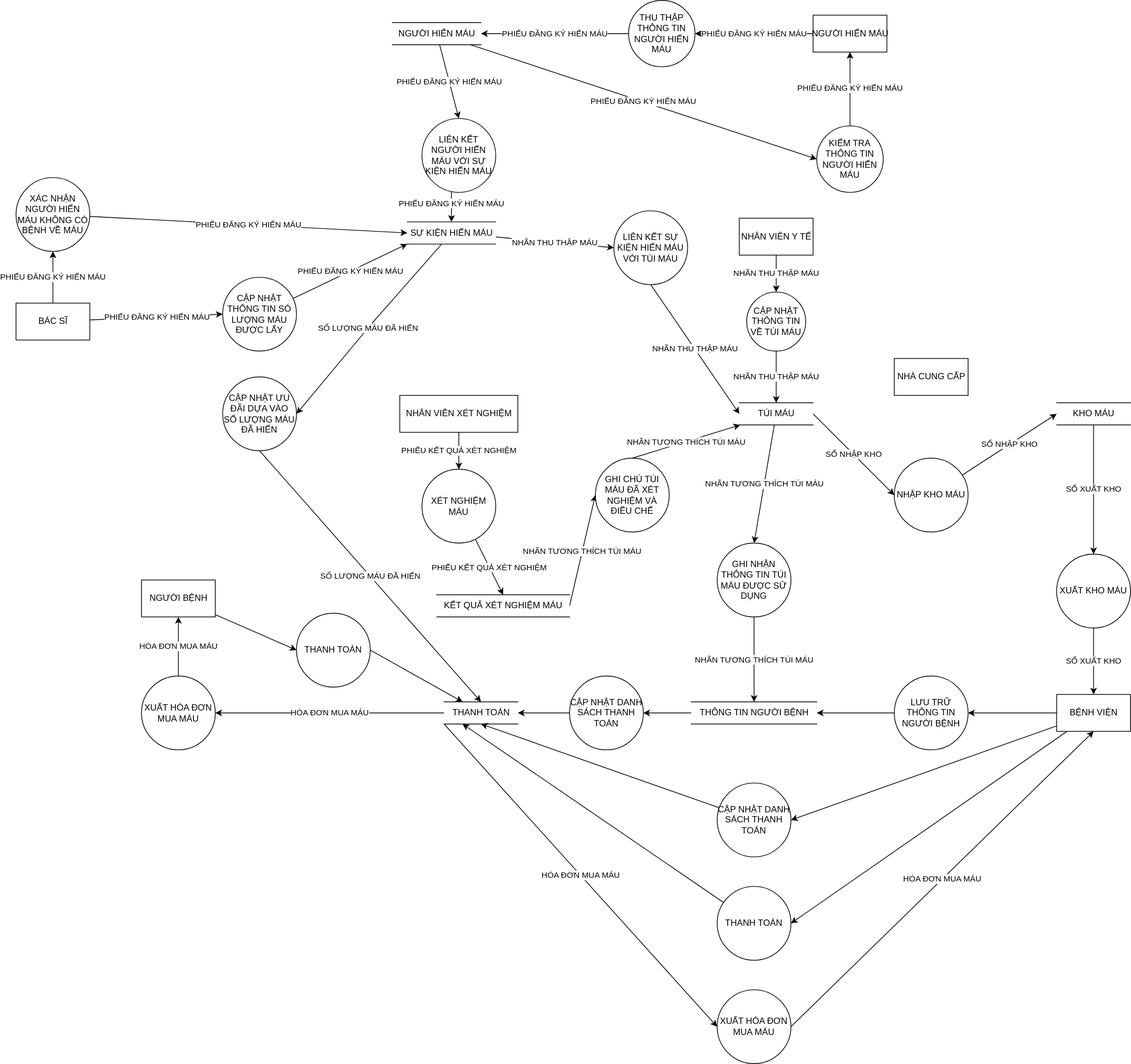
The draw.io diagram BLD.drawio.svg in MartinoPhoenixVox/BloodBankManagementSystem, before a commit. Source tidied: cells renumbered, new cells last; positions are measured from the earlier drawing's top-left corner, leaving out a move shared by most shapes.
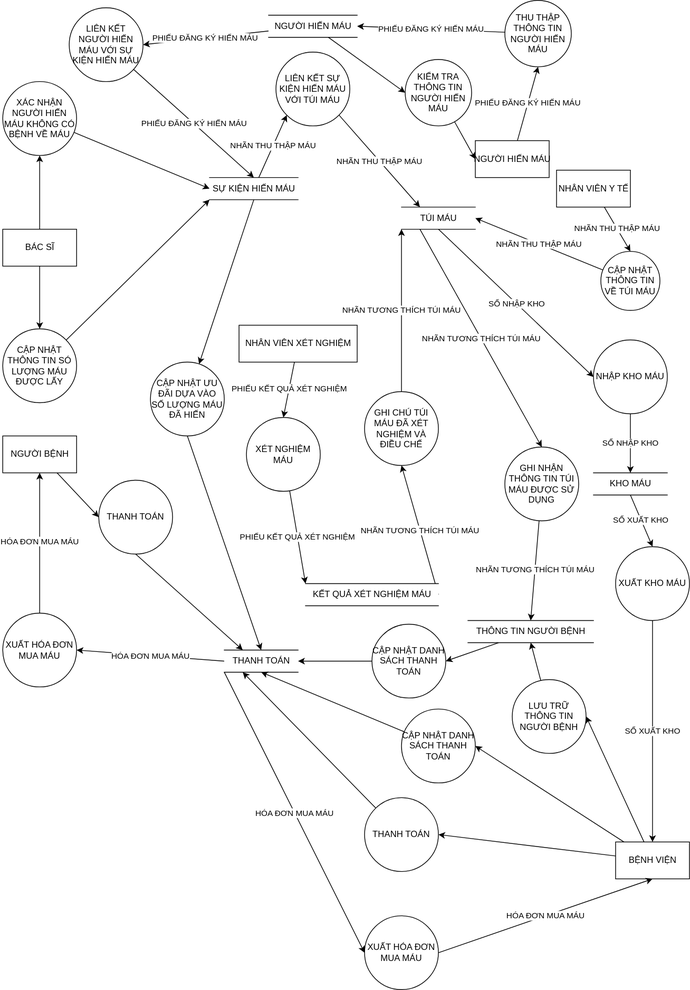
After the change.

Change to the diagram source:
```diff
@@ -8,5 +8,5 @@
     <mxCell id="3" value="NHÂN VIÊN Y TẾ&lt;br&gt;" style="html=1;dashed=0;whitespace=wrap;" parent="1" vertex="1">
-      <mxGeometry x="980" y="295" width="100" height="50" as="geometry" />
+      <mxGeometry x="340" y="180" width="100" height="50" as="geometry" />
     </mxCell>
-    <mxCell id="4" value="PHIẾU ĐĂNG KÝ HIẾN MÁU" style="edgeStyle=none;html=1;entryX=1;entryY=0.5;entryDx=0;entryDy=0;" parent="1" edge="1" source="5" target="17">
+    <mxCell id="4" value="PHIẾU ĐĂNG KÝ HIẾN MÁU" style="edgeStyle=none;html=1;entryX=0.5;entryY=1;entryDx=0;entryDy=0;" parent="1" edge="1" source="5" target="17">
       <mxGeometry relative="1" as="geometry" />
@@ -14,3 +14,3 @@
     <mxCell id="5" value="NGƯỜI HIẾN MÁU" style="html=1;dashed=0;whitespace=wrap;" parent="1" vertex="1">
-      <mxGeometry x="1080" y="20" width="100" height="50" as="geometry" />
+      <mxGeometry x="230" y="140" width="100" height="50" as="geometry" />
     </mxCell>
@@ -26,3 +26,3 @@
     <mxCell id="9" value="BỆNH VIỆN" style="html=1;dashed=0;whitespace=wrap;" parent="1" vertex="1">
-      <mxGeometry x="1410" y="940" width="100" height="50" as="geometry" />
+      <mxGeometry x="420" y="1090" width="100" height="50" as="geometry" />
     </mxCell>
@@ -32,11 +32,8 @@
     <mxCell id="11" value="NGƯỜI BỆNH" style="html=1;dashed=0;whitespace=wrap;" parent="1" vertex="1">
-      <mxGeometry x="170" y="785" width="100" height="50" as="geometry" />
+      <mxGeometry x="-410" y="540" width="100" height="50" as="geometry" />
     </mxCell>
-    <mxCell id="12" value="NHÀ CUNG CẤP" style="html=1;dashed=0;whitespace=wrap;" parent="1" vertex="1">
-      <mxGeometry x="1190" y="485" width="100" height="50" as="geometry" />
-    </mxCell>
-    <mxCell id="13" value="PHIẾU ĐĂNG KÝ HIẾN MÁU" style="edgeStyle=none;html=1;entryX=0;entryY=0.5;entryDx=0;entryDy=0;" parent="1" edge="1" source="15" target="24">
+    <mxCell id="13" style="edgeStyle=none;html=1;entryX=0.5;entryY=0;entryDx=0;entryDy=0;" parent="1" edge="1" source="15" target="24">
       <mxGeometry relative="1" as="geometry" />
     </mxCell>
-    <mxCell id="14" value="PHIẾU ĐĂNG KÝ HIẾN MÁU" style="edgeStyle=none;html=1;entryX=0.5;entryY=1;entryDx=0;entryDy=0;" parent="1" edge="1" source="15" target="26">
+    <mxCell id="14" style="edgeStyle=none;html=1;entryX=0.5;entryY=1;entryDx=0;entryDy=0;" parent="1" edge="1" source="15" target="26">
       <mxGeometry relative="1" as="geometry" />
@@ -44,3 +41,3 @@
     <mxCell id="15" value="BÁC SĨ" style="html=1;dashed=0;whitespace=wrap;" parent="1" vertex="1">
-      <mxGeometry y="410" width="100" height="50" as="geometry" />
+      <mxGeometry x="-410" y="260" width="100" height="50" as="geometry" />
     </mxCell>
@@ -50,8 +47,8 @@
     <mxCell id="17" value="THU THẬP THÔNG TIN NGƯỜI HIẾN MÁU" style="ellipse;whiteSpace=wrap;html=1;" parent="1" vertex="1">
-      <mxGeometry x="830" width="90" height="90" as="geometry" />
+      <mxGeometry x="270" y="-50" width="90" height="90" as="geometry" />
     </mxCell>
-    <mxCell id="18" value="PHIẾU ĐĂNG KÝ HIẾN MÁU" style="edgeStyle=none;html=1;entryX=0;entryY=0.5;entryDx=0;entryDy=0;" parent="1" edge="1" source="20" target="22">
+    <mxCell id="18" style="edgeStyle=none;html=1;entryX=0;entryY=0.5;entryDx=0;entryDy=0;" parent="1" edge="1" source="20" target="22">
       <mxGeometry relative="1" as="geometry" />
     </mxCell>
-    <mxCell id="19" value="PHIẾU ĐĂNG KÝ HIẾN MÁU" style="edgeStyle=none;html=1;entryX=0.5;entryY=0;entryDx=0;entryDy=0;" parent="1" edge="1" source="20" target="37">
+    <mxCell id="19" value="PHIẾU ĐĂNG KÝ HIẾN MÁU" style="edgeStyle=none;html=1;entryX=1;entryY=0.5;entryDx=0;entryDy=0;" parent="1" edge="1" source="20" target="37">
       <mxGeometry relative="1" as="geometry" />
@@ -59,5 +56,5 @@
     <mxCell id="20" value="NGƯỜI HIẾN MÁU" style="html=1;dashed=0;whitespace=wrap;shape=partialRectangle;right=0;left=0;" parent="1" vertex="1">
-      <mxGeometry x="510" y="30" width="120" height="30" as="geometry" />
+      <mxGeometry x="-50" y="-30" width="120" height="30" as="geometry" />
     </mxCell>
-    <mxCell id="21" value="PHIẾU ĐĂNG KÝ HIẾN MÁU" style="edgeStyle=none;html=1;entryX=0.5;entryY=1;entryDx=0;entryDy=0;" parent="1" edge="1" source="22" target="5">
+    <mxCell id="21" style="edgeStyle=none;html=1;entryX=0;entryY=0.5;entryDx=0;entryDy=0;" parent="1" edge="1" source="22" target="5">
       <mxGeometry relative="1" as="geometry" />
@@ -65,5 +62,5 @@
     <mxCell id="22" value="KIỂM TRA THÔNG TIN NGƯỜI HIẾN MÁU" style="ellipse;whiteSpace=wrap;html=1;" parent="1" vertex="1">
-      <mxGeometry x="1085" y="170" width="90" height="90" as="geometry" />
+      <mxGeometry x="135" y="30" width="90" height="90" as="geometry" />
     </mxCell>
-    <mxCell id="23" value="PHIẾU ĐĂNG KÝ HIẾN MÁU" style="edgeStyle=none;html=1;entryX=0;entryY=1;entryDx=0;entryDy=0;" parent="1" edge="1" source="24" target="35">
+    <mxCell id="23" style="edgeStyle=none;html=1;entryX=0;entryY=1;entryDx=0;entryDy=0;" parent="1" edge="1" source="24" target="35">
       <mxGeometry relative="1" as="geometry" />
@@ -71,5 +68,5 @@
     <mxCell id="24" value="CẬP NHẬT THÔNG TIN SÓ LƯỢNG MÁU ĐƯỢC LẤY" style="ellipse;whiteSpace=wrap;html=1;" parent="1" vertex="1">
-      <mxGeometry x="280" y="375" width="100" height="100" as="geometry" />
+      <mxGeometry x="-410" y="395" width="100" height="100" as="geometry" />
     </mxCell>
-    <mxCell id="25" value="PHIẾU ĐĂNG KÝ HIẾN MÁU" style="edgeStyle=none;html=1;entryX=0;entryY=0.5;entryDx=0;entryDy=0;" parent="1" edge="1" source="26" target="35">
+    <mxCell id="25" style="edgeStyle=none;html=1;entryX=0;entryY=0.5;entryDx=0;entryDy=0;" parent="1" edge="1" source="26" target="35">
       <mxGeometry relative="1" as="geometry" />
@@ -77,11 +74,11 @@
     <mxCell id="26" value="XÁC NHẬN NGƯỜI HIẾN MÁU KHÔNG CÓ BỆNH VỀ MÁU" style="ellipse;whiteSpace=wrap;html=1;" parent="1" vertex="1">
-      <mxGeometry y="240" width="100" height="100" as="geometry" />
+      <mxGeometry x="-410" y="60" width="100" height="100" as="geometry" />
     </mxCell>
-    <mxCell id="27" value="NHÃN TƯƠNG THÍCH TÚI MÁU" style="edgeStyle=none;html=1;exitX=0.5;exitY=0;exitDx=0;exitDy=0;" parent="1" edge="1" source="46" target="30">
+    <mxCell id="27" value="NHÃN TƯƠNG THÍCH TÚI MÁU" style="edgeStyle=none;html=1;exitX=0.5;exitY=0;exitDx=0;exitDy=0;entryX=0;entryY=1;entryDx=0;entryDy=0;" parent="1" edge="1" source="46" target="30">
       <mxGeometry relative="1" as="geometry" />
     </mxCell>
-    <mxCell id="28" value="SỔ NHẬP KHO" style="edgeStyle=none;html=1;entryX=0;entryY=0.5;entryDx=0;entryDy=0;exitX=1;exitY=0.5;exitDx=0;exitDy=0;" parent="1" edge="1" source="30" target="50">
+    <mxCell id="28" value="SỔ NHẬP KHO" style="edgeStyle=none;html=1;entryX=0;entryY=0.5;entryDx=0;entryDy=0;exitX=0.5;exitY=1;exitDx=0;exitDy=0;" parent="1" edge="1" source="30" target="50">
       <mxGeometry relative="1" as="geometry" />
     </mxCell>
-    <mxCell id="29" value="NHÃN TƯƠNG THÍCH TÚI MÁU" style="edgeStyle=none;html=1;entryX=0.5;entryY=0;entryDx=0;entryDy=0;" parent="1" edge="1" source="30" target="58">
+    <mxCell id="29" value="NHÃN TƯƠNG THÍCH TÚI MÁU" style="edgeStyle=none;html=1;entryX=0.5;entryY=0;entryDx=0;entryDy=0;exitX=0.25;exitY=1;exitDx=0;exitDy=0;" parent="1" edge="1" source="30" target="58">
       <mxGeometry relative="1" as="geometry" />
@@ -89,5 +86,5 @@
     <mxCell id="30" value="TÚI MÁU" style="html=1;dashed=0;whitespace=wrap;shape=partialRectangle;right=0;left=0;" parent="1" vertex="1">
-      <mxGeometry x="980" y="545" width="100" height="30" as="geometry" />
+      <mxGeometry x="130" y="230" width="100" height="30" as="geometry" />
     </mxCell>
-    <mxCell id="31" value="NHÃN THU THẬP MÁU" style="edgeStyle=none;html=1;entryX=0.5;entryY=0;entryDx=0;entryDy=0;" parent="1" edge="1" source="32" target="30">
+    <mxCell id="31" value="NHÃN THU THẬP MÁU" style="edgeStyle=none;html=1;entryX=1;entryY=0.5;entryDx=0;entryDy=0;" parent="1" edge="1" source="32" target="30">
       <mxGeometry relative="1" as="geometry" />
@@ -95,26 +92,17 @@
     <mxCell id="32" value="CẬP NHẬT THÔNG TIN VỀ TÚI MÁU" style="ellipse;whiteSpace=wrap;html=1;" parent="1" vertex="1">
-      <mxGeometry x="990" y="395" width="80" height="80" as="geometry" />
+      <mxGeometry x="400" y="290" width="80" height="80" as="geometry" />
     </mxCell>
-    <mxCell id="33" value="NHÃN THU THẬP MÁU" style="edgeStyle=none;html=1;entryX=0;entryY=0.5;entryDx=0;entryDy=0;" parent="1" edge="1" source="35" target="39">
+    <mxCell id="33" value="NHÃN THU THẬP MÁU" style="edgeStyle=none;html=1;entryX=0;entryY=1;entryDx=0;entryDy=0;" parent="1" edge="1" source="35" target="39">
       <mxGeometry relative="1" as="geometry" />
     </mxCell>
-    <mxCell id="34" value="SỐ LƯỢNG MÁU ĐÃ HIẾN" style="edgeStyle=none;html=1;entryX=1;entryY=0.5;entryDx=0;entryDy=0;" parent="1" edge="1" source="35" target="69">
-      <mxGeometry relative="1" as="geometry">
-        <Array as="points">
-          <mxPoint x="480" y="440" />
-        </Array>
-      </mxGeometry>
-    </mxCell>
     <mxCell id="35" value="SỰ KIỆN HIẾN MÁU" style="html=1;dashed=0;whitespace=wrap;shape=partialRectangle;right=0;left=0;" parent="1" vertex="1">
-      <mxGeometry x="530" y="300" width="120" height="30" as="geometry" />
+      <mxGeometry x="-130" y="190" width="120" height="30" as="geometry" />
     </mxCell>
-    <mxCell id="36" value="PHIẾU ĐĂNG KÝ HIẾN MÁU" style="edgeStyle=none;html=1;entryX=0.5;entryY=0;entryDx=0;entryDy=0;" parent="1" edge="1" target="35">
-      <mxGeometry relative="1" as="geometry">
-        <mxPoint x="590" y="250" as="sourcePoint" />
-      </mxGeometry>
+    <mxCell id="36" value="PHIẾU ĐĂNG KÝ HIẾN MÁU" style="edgeStyle=none;html=1;entryX=0.5;entryY=0;entryDx=0;entryDy=0;" parent="1" edge="1" source="37" target="35">
+      <mxGeometry relative="1" as="geometry" />
     </mxCell>
     <mxCell id="37" value="LIÊN KẾT NGƯỜI HIẾN MÁU VỚI SỰ KIỆN HIẾN MÁU" style="ellipse;whiteSpace=wrap;html=1;" parent="1" vertex="1">
-      <mxGeometry x="550" y="160" width="100" height="100" as="geometry" />
+      <mxGeometry x="-320" y="-40" width="100" height="100" as="geometry" />
     </mxCell>
-    <mxCell id="38" value="NHÃN THU THẬP MÁU" style="edgeStyle=none;html=1;entryX=0;entryY=0.5;entryDx=0;entryDy=0;exitX=0.5;exitY=1;exitDx=0;exitDy=0;" parent="1" edge="1" source="39" target="30">
+    <mxCell id="38" value="NHÃN THU THẬP MÁU" style="edgeStyle=none;html=1;entryX=0.25;entryY=0;entryDx=0;entryDy=0;exitX=1;exitY=1;exitDx=0;exitDy=0;" parent="1" edge="1" source="39" target="30">
       <mxGeometry relative="1" as="geometry" />
@@ -122,5 +110,5 @@
     <mxCell id="39" value="LIÊN KẾT SỰ KIỆN HIẾN MÁU VỚI TÚI MÁU" style="ellipse;whiteSpace=wrap;html=1;" parent="1" vertex="1">
-      <mxGeometry x="810" y="285" width="100" height="100" as="geometry" />
+      <mxGeometry x="-40" y="20" width="100" height="100" as="geometry" />
     </mxCell>
-    <mxCell id="40" value="NHÃN TƯƠNG THÍCH TÚI MÁU" style="edgeStyle=none;html=1;entryX=0;entryY=0.5;entryDx=0;entryDy=0;exitX=1;exitY=0.5;exitDx=0;exitDy=0;" parent="1" edge="1" source="41" target="46">
+    <mxCell id="40" value="NHÃN TƯƠNG THÍCH TÚI MÁU" style="edgeStyle=none;html=1;entryX=0.5;entryY=1;entryDx=0;entryDy=0;exitX=1;exitY=0.5;exitDx=0;exitDy=0;" parent="1" edge="1" source="41" target="46">
       <mxGeometry relative="1" as="geometry" />
@@ -128,3 +116,3 @@
     <mxCell id="41" value="KẾT QUẢ XÉT NGHIỆM MÁU" style="html=1;dashed=0;whitespace=wrap;shape=partialRectangle;right=0;left=0;" parent="1" vertex="1">
-      <mxGeometry x="570" y="805" width="180" height="30" as="geometry" />
+      <mxGeometry y="740" width="180" height="30" as="geometry" />
     </mxCell>
@@ -134,5 +122,5 @@
     <mxCell id="43" value="NHÂN VIÊN XÉT NGHIỆM" style="html=1;dashed=0;whitespace=wrap;" parent="1" vertex="1">
-      <mxGeometry x="520" y="535" width="160" height="50" as="geometry" />
+      <mxGeometry x="-90" y="390" width="160" height="50" as="geometry" />
     </mxCell>
-    <mxCell id="44" value="PHIẾU KẾT QUẢ XÉT NGHIỆM" style="edgeStyle=none;html=1;entryX=0.5;entryY=0;entryDx=0;entryDy=0;" parent="1" edge="1" source="45" target="41">
+    <mxCell id="44" value="PHIẾU KẾT QUẢ XÉT NGHIỆM" style="edgeStyle=none;html=1;entryX=0;entryY=0;entryDx=0;entryDy=0;" parent="1" edge="1" source="45" target="41">
       <mxGeometry relative="1" as="geometry" />
@@ -140,6 +128,6 @@
     <mxCell id="45" value="XÉT NGHIỆM MÁU" style="ellipse;whiteSpace=wrap;html=1;" parent="1" vertex="1">
-      <mxGeometry x="550" y="635" width="100" height="100" as="geometry" />
+      <mxGeometry x="-80" y="515" width="100" height="100" as="geometry" />
     </mxCell>
     <mxCell id="46" value="GHI CHÚ TÚI MÁU ĐÃ XÉT NGHIỆM VÀ ĐIỀU CHẾ" style="ellipse;whiteSpace=wrap;html=1;" parent="1" vertex="1">
-      <mxGeometry x="785" y="620" width="100" height="100" as="geometry" />
+      <mxGeometry x="80" y="480" width="100" height="100" as="geometry" />
     </mxCell>
@@ -149,5 +137,5 @@
     <mxCell id="48" value="KHO MÁU" style="html=1;dashed=0;whitespace=wrap;shape=partialRectangle;right=0;left=0;" parent="1" vertex="1">
-      <mxGeometry x="1410" y="545" width="100" height="30" as="geometry" />
+      <mxGeometry x="390" y="590" width="100" height="30" as="geometry" />
     </mxCell>
-    <mxCell id="49" value="SỔ NHẬP KHO" style="edgeStyle=none;html=1;entryX=0;entryY=0.5;entryDx=0;entryDy=0;" parent="1" edge="1" source="50" target="48">
+    <mxCell id="49" value="SỔ NHẬP KHO" style="edgeStyle=none;html=1;entryX=0.5;entryY=0;entryDx=0;entryDy=0;" parent="1" edge="1" source="50" target="48">
       <mxGeometry relative="1" as="geometry" />
@@ -155,3 +143,3 @@
     <mxCell id="50" value="NHẬP KHO MÁU" style="ellipse;whiteSpace=wrap;html=1;" parent="1" vertex="1">
-      <mxGeometry x="1190" y="620" width="100" height="100" as="geometry" />
+      <mxGeometry x="390" y="410" width="100" height="100" as="geometry" />
     </mxCell>
@@ -161,3 +149,3 @@
     <mxCell id="52" value="XUẤT KHO MÁU" style="ellipse;whiteSpace=wrap;html=1;" parent="1" vertex="1">
-      <mxGeometry x="1410" y="750" width="100" height="100" as="geometry" />
+      <mxGeometry x="420" y="690" width="100" height="100" as="geometry" />
     </mxCell>
@@ -167,5 +155,5 @@
     <mxCell id="54" value="THÔNG TIN NGƯỜI BỆNH" style="html=1;dashed=0;whitespace=wrap;shape=partialRectangle;right=0;left=0;" parent="1" vertex="1">
-      <mxGeometry x="915" y="950" width="170" height="30" as="geometry" />
+      <mxGeometry x="220" y="790" width="170" height="30" as="geometry" />
     </mxCell>
-    <mxCell id="55" style="edgeStyle=none;html=1;entryX=1;entryY=0.5;entryDx=0;entryDy=0;" parent="1" edge="1" source="56" target="54">
+    <mxCell id="55" style="edgeStyle=none;html=1;entryX=0.5;entryY=1;entryDx=0;entryDy=0;" parent="1" edge="1" source="56" target="54">
       <mxGeometry relative="1" as="geometry" />
@@ -173,3 +161,3 @@
     <mxCell id="56" value="LƯU TRỮ THÔNG TIN NGƯỜI BỆNH" style="ellipse;whiteSpace=wrap;html=1;" parent="1" vertex="1">
-      <mxGeometry x="1190" y="915" width="100" height="100" as="geometry" />
+      <mxGeometry x="280" y="870" width="100" height="100" as="geometry" />
     </mxCell>
@@ -179,5 +167,5 @@
     <mxCell id="58" value="GHI NHẬN THÔNG TIN TÚI MÁU ĐƯỢC SỬ DỤNG" style="ellipse;whiteSpace=wrap;html=1;" parent="1" vertex="1">
-      <mxGeometry x="950" y="735" width="100" height="100" as="geometry" />
+      <mxGeometry x="270" y="555" width="100" height="100" as="geometry" />
     </mxCell>
-    <mxCell id="59" style="edgeStyle=none;html=1;entryX=0.25;entryY=0;entryDx=0;entryDy=0;exitX=1;exitY=0.5;exitDx=0;exitDy=0;" parent="1" edge="1" source="60" target="63">
+    <mxCell id="59" style="edgeStyle=none;html=1;entryX=0.25;entryY=0;entryDx=0;entryDy=0;exitX=0.5;exitY=1;exitDx=0;exitDy=0;" parent="1" edge="1" source="60" target="63">
       <mxGeometry relative="1" as="geometry" />
@@ -185,5 +173,5 @@
     <mxCell id="60" value="THANH TOÁN" style="ellipse;whiteSpace=wrap;html=1;" parent="1" vertex="1">
-      <mxGeometry x="380" y="830" width="100" height="100" as="geometry" />
+      <mxGeometry x="-280" y="600" width="100" height="100" as="geometry" />
     </mxCell>
-    <mxCell id="61" value="HÓA ĐƠN MUA MÁU" style="edgeStyle=none;html=1;entryX=1;entryY=0.5;entryDx=0;entryDy=0;" parent="1" edge="1" source="63" target="67">
+    <mxCell id="61" value="HÓA ĐƠN MUA MÁU" style="edgeStyle=none;html=1;entryX=1;entryY=0.5;entryDx=0;entryDy=0;exitX=0;exitY=0.5;exitDx=0;exitDy=0;" parent="1" edge="1" source="63" target="67">
       <mxGeometry relative="1" as="geometry" />
@@ -194,3 +182,3 @@
     <mxCell id="63" value="THANH TOÁN" style="html=1;dashed=0;whitespace=wrap;shape=partialRectangle;right=0;left=0;" parent="1" vertex="1">
-      <mxGeometry x="580" y="950" width="100" height="30" as="geometry" />
+      <mxGeometry x="-110" y="830" width="100" height="30" as="geometry" />
     </mxCell>
@@ -200,3 +188,3 @@
     <mxCell id="65" value="CẬP NHẬT DANH SÁCH THANH TOÁN" style="ellipse;whiteSpace=wrap;html=1;" parent="1" vertex="1">
-      <mxGeometry x="750" y="915" width="100" height="100" as="geometry" />
+      <mxGeometry x="90" y="795" width="100" height="100" as="geometry" />
     </mxCell>
@@ -206,9 +194,12 @@
     <mxCell id="67" value="XUẤT HÓA ĐƠN MUA MÁU" style="ellipse;whiteSpace=wrap;html=1;" parent="1" vertex="1">
-      <mxGeometry x="170" y="915" width="100" height="100" as="geometry" />
+      <mxGeometry x="-410" y="780" width="100" height="100" as="geometry" />
     </mxCell>
-    <mxCell id="68" value="SỐ LƯỢNG MÁU ĐÃ HIẾN" style="edgeStyle=none;html=1;entryX=0.5;entryY=0;entryDx=0;entryDy=0;exitX=0.5;exitY=1;exitDx=0;exitDy=0;" parent="1" edge="1" source="69" target="63">
+    <mxCell id="68" style="edgeStyle=none;html=1;entryX=0.5;entryY=0;entryDx=0;entryDy=0;exitX=0.5;exitY=1;exitDx=0;exitDy=0;" parent="1" edge="1" source="69" target="63">
       <mxGeometry relative="1" as="geometry" />
     </mxCell>
+    <mxCell id="34" style="edgeStyle=none;html=1;exitX=0.5;exitY=1;exitDx=0;exitDy=0;" parent="1" edge="1" source="35" target="69">
+      <mxGeometry relative="1" as="geometry" />
+    </mxCell>
     <mxCell id="69" value="CẬP NHẬT ƯU ĐÃI DỰA VÀO SỐ LƯỢNG MÁU ĐÃ HIẾN" style="ellipse;whiteSpace=wrap;html=1;" parent="1" vertex="1">
-      <mxGeometry x="280" y="510" width="100" height="100" as="geometry" />
+      <mxGeometry x="-210" y="440" width="100" height="100" as="geometry" />
     </mxCell>
@@ -218,3 +209,3 @@
     <mxCell id="71" value="CẬP NHẬT DANH SÁCH THANH TOÁN" style="ellipse;whiteSpace=wrap;html=1;" parent="1" vertex="1">
-      <mxGeometry x="950" y="1060" width="100" height="100" as="geometry" />
+      <mxGeometry x="130" y="910" width="100" height="100" as="geometry" />
     </mxCell>
@@ -224,3 +215,3 @@
     <mxCell id="73" value="THANH TOÁN" style="ellipse;whiteSpace=wrap;html=1;" parent="1" vertex="1">
-      <mxGeometry x="950" y="1200" width="100" height="100" as="geometry" />
+      <mxGeometry x="80" y="1030" width="100" height="100" as="geometry" />
     </mxCell>
@@ -230,3 +221,3 @@
     <mxCell id="75" value="XUẤT HÓA ĐƠN MUA MÁU" style="ellipse;whiteSpace=wrap;html=1;" parent="1" vertex="1">
-      <mxGeometry x="950" y="1340" width="100" height="100" as="geometry" />
+      <mxGeometry x="80" y="1190" width="100" height="100" as="geometry" />
     </mxCell>
```
